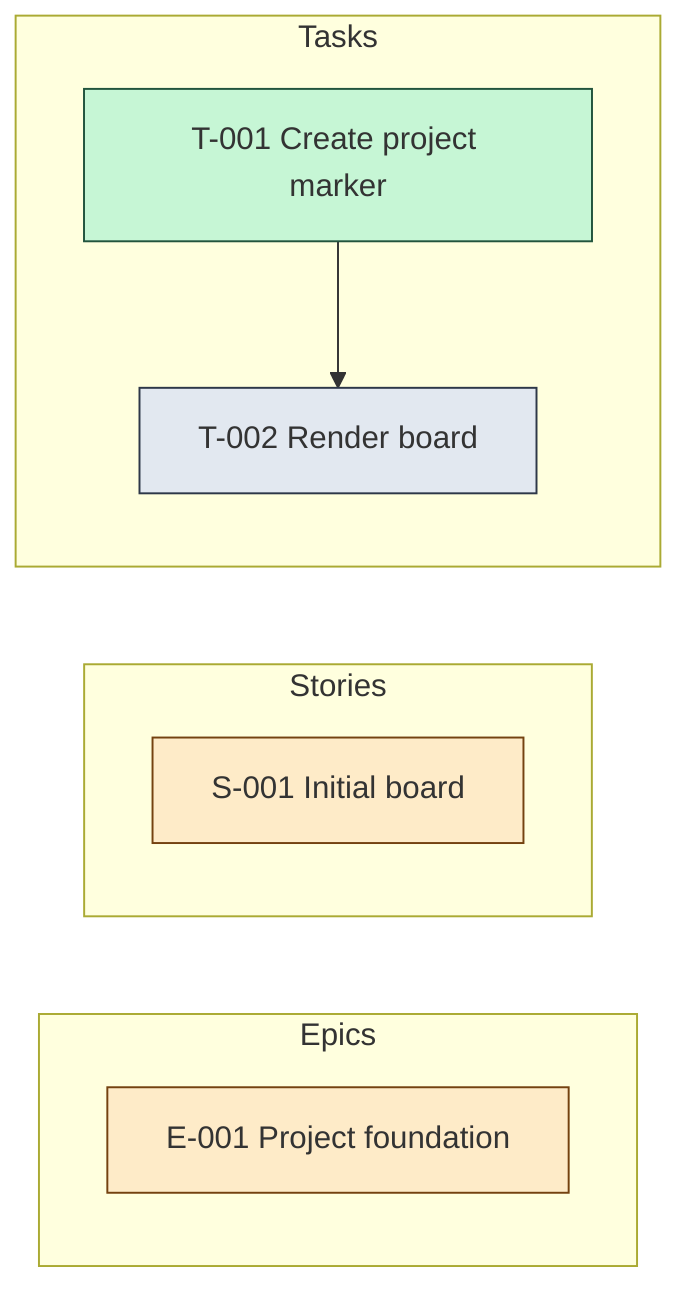
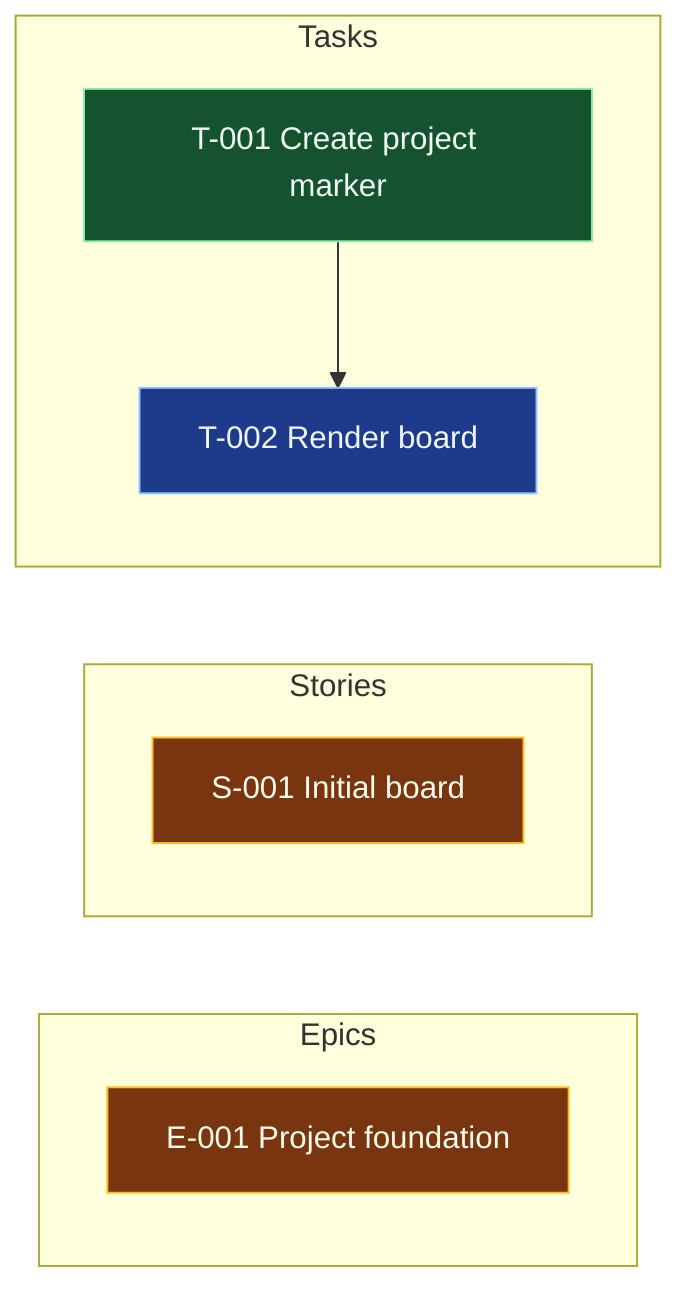
graph LR
-   classDef done fill:#c6f6d5,stroke:#22543d;
-   classDef blocked fill:#fed7d7,stroke:#742a2a;
-   classDef inprogress fill:#feebc8,stroke:#744210;
-   classDef todo fill:#e2e8f0,stroke:#2d3748;
-   classDef empty fill:#edf2f7,stroke:#718096,stroke-dasharray: 3 3;
+   classDef done fill:#14532d,stroke:#86efac,color:#f0fdf4;
+   classDef blocked fill:#7f1d1d,stroke:#fca5a5,color:#fff7f7;
+   classDef inprogress fill:#78350f,stroke:#fbbf24,color:#fffbeb;
+   classDef todo fill:#1e3a8a,stroke:#93c5fd,color:#eff6ff;
+   classDef empty fill:#374151,stroke:#d1d5db,color:#f9fafb,stroke-dasharray: 3 3;
  subgraph Epics
    E001["E-001 Project foundation"]:::inprogress
  end
  subgraph Stories
    S001["S-001 Initial board"]:::inprogress
  end
  subgraph Tasks
    T001["T-001 Create project marker"]:::done
    T002["T-002 Render board"]:::todo
    T001 --> T002
  end
  click E001 "../entities/E-001-project-foundation.md"
  click S001 "../entities/S-001-initial-board.md"
  click T001 "../entities/T-001-create-marker.md"
  click T002 "../entities/T-002-render-board.md"
